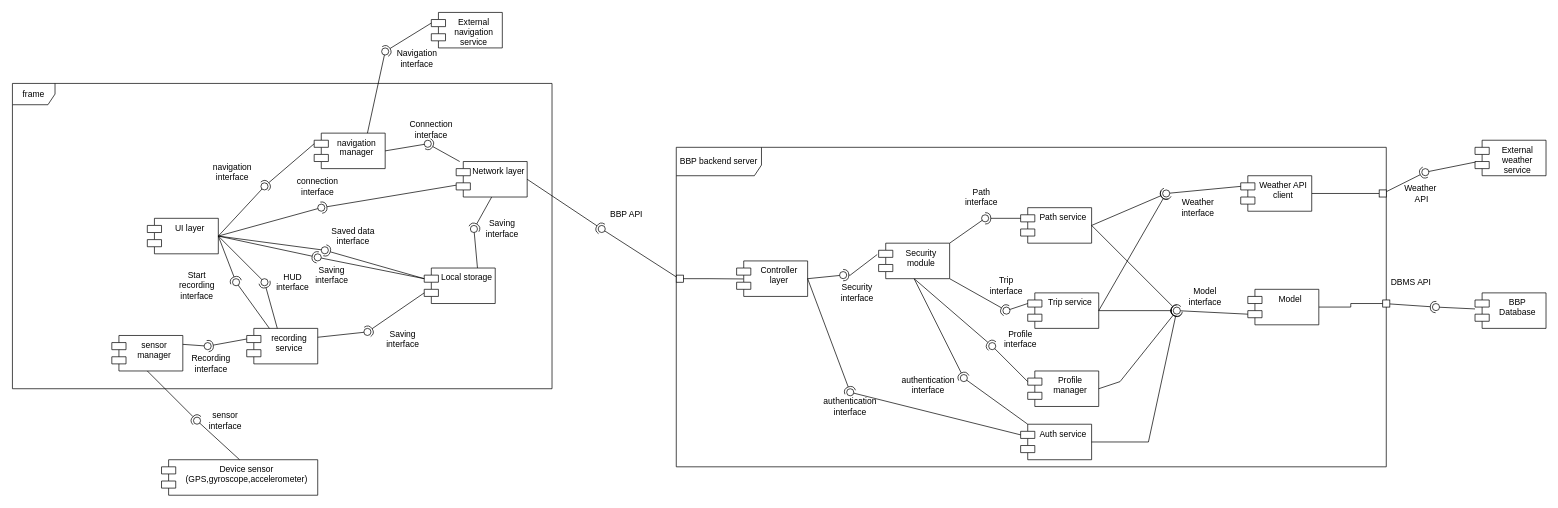
Earlier version of the draw.io diagram page "Complete_low_level_diagram" (3 of 7) of DD/LaTeXCode/images/drawio/Component_diagram.drawio (jacopobellosi/Bellosi-Montanelli-Tempobono). Source tidied: cells renumbered, new cells numbered last; positions are measured from the earlier drawing's top-left corner, leaving out a move shared by most shapes. Both pictures are drawn from the tidied source at 71%, with x=0, y=0 at pixel (12, 12).
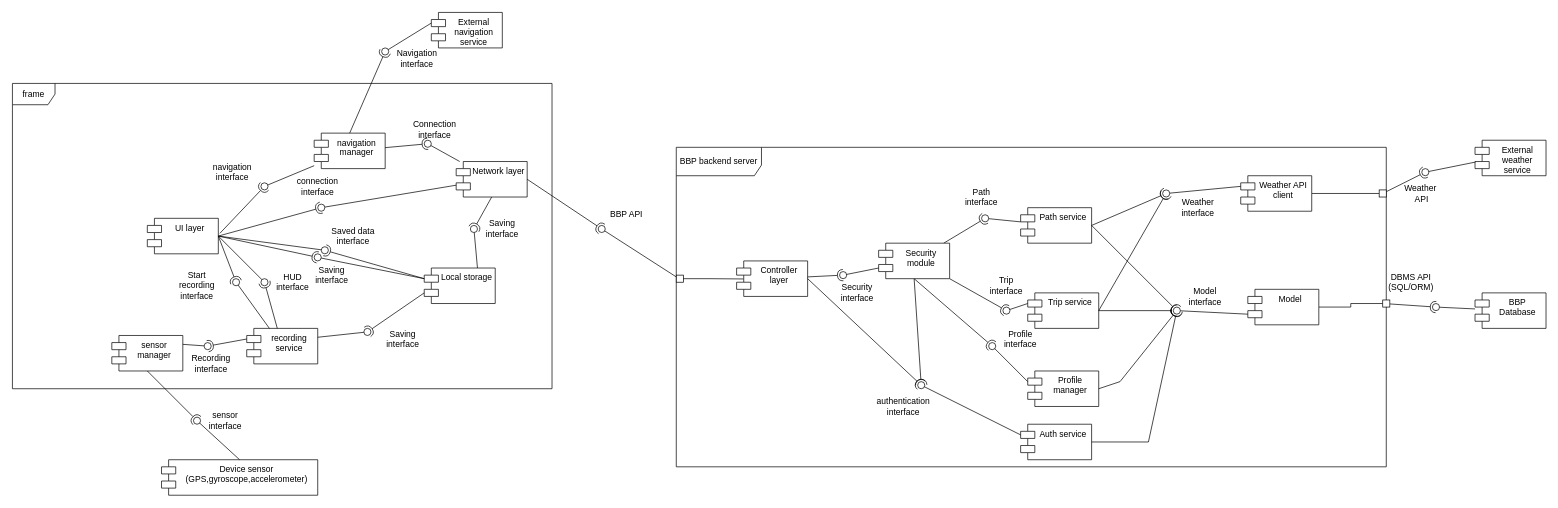
The same page after the edit.

Unchanged cells that the change refers to:
```xml
<mxCell id="4" value="External navigation service" style="shape=module;align=left;spacingLeft=20;align=center;verticalAlign=top;whiteSpace=wrap;html=1;" parent="1" vertex="1">
  <mxGeometry x="590" width="100" height="50" as="geometry" />
</mxCell>
<mxCell id="28" value="Auth service" style="shape=module;align=left;spacingLeft=20;align=center;verticalAlign=top;whiteSpace=wrap;html=1;" parent="1" vertex="1">
  <mxGeometry x="1420" y="580" width="100" height="50" as="geometry" />
</mxCell>
<mxCell id="29" value="Controller layer" style="shape=module;align=left;spacingLeft=20;align=center;verticalAlign=top;whiteSpace=wrap;html=1;" parent="1" vertex="1">
  <mxGeometry x="1020" y="350" width="100" height="50" as="geometry" />
</mxCell>
<mxCell id="30" value="Path service" style="shape=module;align=left;spacingLeft=20;align=center;verticalAlign=top;whiteSpace=wrap;html=1;" parent="1" vertex="1">
  <mxGeometry x="1420" y="275" width="100" height="50" as="geometry" />
</mxCell>
<mxCell id="58" value="Security&lt;br&gt;module" style="shape=module;align=left;spacingLeft=20;align=center;verticalAlign=top;whiteSpace=wrap;html=1;" parent="1" vertex="1">
  <mxGeometry x="1220" y="325" width="100" height="50" as="geometry" />
</mxCell>
<mxCell id="63" value="UI layer" style="shape=module;align=left;spacingLeft=20;align=center;verticalAlign=top;whiteSpace=wrap;html=1;" parent="1" vertex="1">
  <mxGeometry x="190" y="290" width="100" height="50" as="geometry" />
</mxCell>
<mxCell id="66" value="navigation&lt;br&gt;manager" style="shape=module;align=left;spacingLeft=20;align=center;verticalAlign=top;whiteSpace=wrap;html=1;" parent="1" vertex="1">
  <mxGeometry x="425" y="170" width="100" height="50" as="geometry" />
</mxCell>
<mxCell id="67" value="Network layer" style="shape=module;align=left;spacingLeft=20;align=center;verticalAlign=top;whiteSpace=wrap;html=1;" parent="1" vertex="1">
  <mxGeometry x="625" y="210" width="100" height="50" as="geometry" />
</mxCell>
<mxCell id="74" style="ellipse;whiteSpace=wrap;html=1;align=center;fillColor=none;strokeColor=none;perimeter=centerPerimeter;points=[];outlineConnect=1;" parent="1" vertex="1">
  <mxGeometry x="430" y="270" width="10" height="10" as="geometry" />
</mxCell>
<mxCell id="77" style="ellipse;whiteSpace=wrap;html=1;align=center;fillColor=none;strokeColor=none;perimeter=centerPerimeter;points=[];outlineConnect=1;" parent="1" vertex="1">
  <mxGeometry x="350" y="240" width="10" height="10" as="geometry" />
</mxCell>
<mxCell id="90" style="ellipse;whiteSpace=wrap;html=1;align=center;fillColor=none;strokeColor=none;perimeter=centerPerimeter;points=[];outlineConnect=1;" parent="1" vertex="1">
  <mxGeometry x="580" y="180" width="10" height="10" as="geometry" />
</mxCell>
<mxCell id="105" style="ellipse;whiteSpace=wrap;html=1;align=center;fillColor=none;strokeColor=none;perimeter=centerPerimeter;points=[];outlineConnect=1;" parent="1" vertex="1">
  <mxGeometry x="520" y="50" width="10" height="10" as="geometry" />
</mxCell>
<mxCell id="114" style="ellipse;whiteSpace=wrap;html=1;align=center;fillColor=none;strokeColor=none;perimeter=centerPerimeter;points=[];outlineConnect=1;" parent="1" vertex="1">
  <mxGeometry x="1335" y="510" width="10" height="10" as="geometry" />
</mxCell>
```

Diff of the diagram source:
```diff
@@
-    <mxCell id="17" value="DBMS API" style="text;html=1;whiteSpace=wrap;strokeColor=none;fillColor=none;align=center;verticalAlign=middle;rounded=0;" parent="1" vertex="1">
+    <mxCell id="17" value="DBMS API&lt;br&gt;(SQL/ORM)" style="text;html=1;whiteSpace=wrap;strokeColor=none;fillColor=none;align=center;verticalAlign=middle;rounded=0;" parent="1" vertex="1">
       <mxGeometry x="1940" y="365" width="60" height="30" as="geometry" />
     </mxCell>
@@
     <mxCell id="38" style="ellipse;whiteSpace=wrap;html=1;align=center;fillColor=none;strokeColor=none;perimeter=centerPerimeter;points=[];outlineConnect=1;" parent="1" vertex="1">
-      <mxGeometry x="1175" y="530" width="10" height="10" as="geometry" />
+      <mxGeometry x="1275" y="520" width="10" height="10" as="geometry" />
     </mxCell>
-    <mxCell id="39" style="rounded=0;jettySize=auto;html=1;endArrow=halfCircle;endFill=0;endSize=6;strokeWidth=1;sketch=0;exitX=0;exitY=0;exitDx=0;exitDy=15;exitPerimeter=0;" parent="1" edge="1" source="30">
+    <mxCell id="39" style="rounded=0;jettySize=auto;html=1;endArrow=halfCircle;endFill=0;endSize=6;strokeWidth=1;sketch=0;" parent="1" edge="1" source="58">
       <mxGeometry relative="1" as="geometry">
         <mxPoint x="1370" y="290" as="targetPoint" />
       </mxGeometry>
     </mxCell>
-    <mxCell id="40" style="rounded=0;jettySize=auto;html=1;endArrow=oval;endFill=0;sketch=0;sourcePerimeterSpacing=0;targetPerimeterSpacing=0;endSize=10;exitX=1;exitY=0;exitDx=0;exitDy=0;" parent="1" edge="1" source="58">
+    <mxCell id="40" style="rounded=0;jettySize=auto;html=1;endArrow=oval;endFill=0;sketch=0;sourcePerimeterSpacing=0;targetPerimeterSpacing=0;endSize=10;" parent="1" edge="1" source="30">
       <mxGeometry relative="1" as="geometry">
         <mxPoint x="1370" y="290" as="targetPoint" />
       </mxGeometry>
     </mxCell>
@@
-    <mxCell id="59" style="rounded=0;jettySize=auto;html=1;endArrow=halfCircle;endFill=0;endSize=6;strokeWidth=1;sketch=0;exitX=-0.02;exitY=0.32;exitDx=0;exitDy=0;exitPerimeter=0;" parent="1" edge="1" source="58">
+    <mxCell id="59" style="rounded=0;jettySize=auto;html=1;endArrow=halfCircle;endFill=0;endSize=6;strokeWidth=1;sketch=0;" parent="1" edge="1" source="29">
       <mxGeometry relative="1" as="geometry">
         <mxPoint x="1170" y="370" as="targetPoint" />
-        <Array as="points">
-          <mxPoint x="1180" y="370" />
-        </Array>
       </mxGeometry>
     </mxCell>
-    <mxCell id="60" style="rounded=0;jettySize=auto;html=1;endArrow=oval;endFill=0;sketch=0;sourcePerimeterSpacing=0;targetPerimeterSpacing=0;endSize=10;exitX=1;exitY=0.5;exitDx=0;exitDy=0;" parent="1" edge="1" source="29">
+    <mxCell id="60" style="rounded=0;jettySize=auto;html=1;endArrow=oval;endFill=0;sketch=0;sourcePerimeterSpacing=0;targetPerimeterSpacing=0;endSize=10;" parent="1" edge="1" source="58">
       <mxGeometry relative="1" as="geometry">
         <mxPoint x="1170" y="370" as="targetPoint" />
       </mxGeometry>
     </mxCell>
@@
-    <mxCell id="72" style="rounded=0;jettySize=auto;html=1;endArrow=halfCircle;endFill=0;endSize=6;strokeWidth=1;sketch=0;" parent="1" edge="1" source="67" target="74">
+    <mxCell id="72" style="rounded=0;jettySize=auto;html=1;endArrow=halfCircle;endFill=0;endSize=6;strokeWidth=1;sketch=0;exitX=1;exitY=0.5;exitDx=0;exitDy=0;" parent="1" edge="1" source="63" target="74">
       <mxGeometry relative="1" as="geometry" />
     </mxCell>
-    <mxCell id="73" style="rounded=0;jettySize=auto;html=1;endArrow=oval;endFill=0;sketch=0;sourcePerimeterSpacing=0;targetPerimeterSpacing=0;endSize=10;exitX=1;exitY=0.5;exitDx=0;exitDy=0;" parent="1" edge="1" source="63" target="74">
+    <mxCell id="73" style="rounded=0;jettySize=auto;html=1;endArrow=oval;endFill=0;sketch=0;sourcePerimeterSpacing=0;targetPerimeterSpacing=0;endSize=10;" parent="1" edge="1" source="67" target="74">
       <mxGeometry relative="1" as="geometry" />
     </mxCell>
@@
-    <mxCell id="75" style="rounded=0;jettySize=auto;html=1;endArrow=halfCircle;endFill=0;endSize=6;strokeWidth=1;sketch=0;exitX=0;exitY=0;exitDx=0;exitDy=15;exitPerimeter=0;" parent="1" edge="1" source="66" target="77">
+    <mxCell id="75" style="rounded=0;jettySize=auto;html=1;endArrow=halfCircle;endFill=0;endSize=6;strokeWidth=1;sketch=0;exitX=1.022;exitY=0.423;exitDx=0;exitDy=0;exitPerimeter=0;" parent="1" edge="1" source="63" target="77">
       <mxGeometry relative="1" as="geometry" />
     </mxCell>
-    <mxCell id="76" style="rounded=0;jettySize=auto;html=1;endArrow=oval;endFill=0;sketch=0;sourcePerimeterSpacing=0;targetPerimeterSpacing=0;endSize=10;exitX=1;exitY=0.5;exitDx=0;exitDy=0;" parent="1" edge="1" source="63" target="77">
+    <mxCell id="76" style="rounded=0;jettySize=auto;html=1;endArrow=oval;endFill=0;sketch=0;sourcePerimeterSpacing=0;targetPerimeterSpacing=0;endSize=10;" parent="1" edge="1" source="66" target="77">
       <mxGeometry relative="1" as="geometry" />
     </mxCell>
@@
-    <mxCell id="88" style="rounded=0;jettySize=auto;html=1;endArrow=halfCircle;endFill=0;endSize=6;strokeWidth=1;sketch=0;" parent="1" edge="1" source="67" target="90">
+    <mxCell id="88" style="rounded=0;jettySize=auto;html=1;endArrow=halfCircle;endFill=0;endSize=6;strokeWidth=1;sketch=0;" parent="1" edge="1" source="66" target="90">
       <mxGeometry relative="1" as="geometry" />
     </mxCell>
-    <mxCell id="89" style="rounded=0;jettySize=auto;html=1;endArrow=oval;endFill=0;sketch=0;sourcePerimeterSpacing=0;targetPerimeterSpacing=0;endSize=10;exitX=1;exitY=0.5;exitDx=0;exitDy=0;" parent="1" edge="1" source="66" target="90">
+    <mxCell id="89" style="rounded=0;jettySize=auto;html=1;endArrow=oval;endFill=0;sketch=0;sourcePerimeterSpacing=0;targetPerimeterSpacing=0;endSize=10;" parent="1" edge="1" source="67" target="90">
       <mxGeometry relative="1" as="geometry" />
     </mxCell>
@@
-    <mxCell id="103" style="rounded=0;jettySize=auto;html=1;endArrow=halfCircle;endFill=0;endSize=6;strokeWidth=1;sketch=0;exitX=0;exitY=0;exitDx=0;exitDy=15;exitPerimeter=0;" parent="1" edge="1" source="4" target="105">
+    <mxCell id="103" style="rounded=0;jettySize=auto;html=1;endArrow=halfCircle;endFill=0;endSize=6;strokeWidth=1;sketch=0;exitX=0.5;exitY=0;exitDx=0;exitDy=0;" parent="1" edge="1" source="66" target="105">
       <mxGeometry relative="1" as="geometry" />
     </mxCell>
-    <mxCell id="104" style="rounded=0;jettySize=auto;html=1;endArrow=oval;endFill=0;sketch=0;sourcePerimeterSpacing=0;targetPerimeterSpacing=0;endSize=10;exitX=0.75;exitY=0;exitDx=0;exitDy=0;" parent="1" edge="1" source="66" target="105">
+    <mxCell id="104" style="rounded=0;jettySize=auto;html=1;endArrow=oval;endFill=0;sketch=0;sourcePerimeterSpacing=0;targetPerimeterSpacing=0;endSize=10;exitX=0;exitY=0;exitDx=0;exitDy=15;exitPerimeter=0;" parent="1" edge="1" source="4" target="105">
       <mxGeometry relative="1" as="geometry" />
     </mxCell>
@@
-    <mxCell id="112" style="rounded=0;jettySize=auto;html=1;endArrow=halfCircle;endFill=0;endSize=6;strokeWidth=1;sketch=0;exitX=0.5;exitY=1;exitDx=0;exitDy=0;" parent="1" edge="1" source="58" target="114">
+    <mxCell id="112" style="rounded=0;jettySize=auto;html=1;endArrow=halfCircle;endFill=0;endSize=6;strokeWidth=1;sketch=0;exitX=0.5;exitY=1;exitDx=0;exitDy=0;" parent="1" edge="1" source="58" target="38">
       <mxGeometry relative="1" as="geometry" />
     </mxCell>
-    <mxCell id="113" style="rounded=0;jettySize=auto;html=1;endArrow=oval;endFill=0;sketch=0;sourcePerimeterSpacing=0;targetPerimeterSpacing=0;endSize=10;exitX=0;exitY=0;exitDx=10;exitDy=0;exitPerimeter=0;" parent="1" edge="1" source="28" target="114">
-      <mxGeometry relative="1" as="geometry" />
-    </mxCell>
@@
     <mxCell id="124" value="Connection interface" style="text;html=1;whiteSpace=wrap;strokeColor=none;fillColor=none;align=center;verticalAlign=middle;rounded=0;" parent="1" vertex="1">
-      <mxGeometry x="560" y="150" width="60" height="30" as="geometry" />
+      <mxGeometry x="565" y="150" width="60" height="30" as="geometry" />
     </mxCell>
@@
-    <mxCell id="127" value="authentication&lt;br&gt;interface" style="text;html=1;whiteSpace=wrap;strokeColor=none;fillColor=none;align=center;verticalAlign=middle;rounded=0;" parent="1" vertex="1">
-      <mxGeometry x="1260" y="510" width="60" height="30" as="geometry" />
-    </mxCell>
     <mxCell id="128" value="authentication&lt;br&gt;interface" style="text;html=1;whiteSpace=wrap;strokeColor=none;fillColor=none;align=center;verticalAlign=middle;rounded=0;" parent="1" vertex="1">
-      <mxGeometry x="1150" y="540" width="60" height="30" as="geometry" />
+      <mxGeometry x="1225" y="540" width="60" height="30" as="geometry" />
     </mxCell>
```
